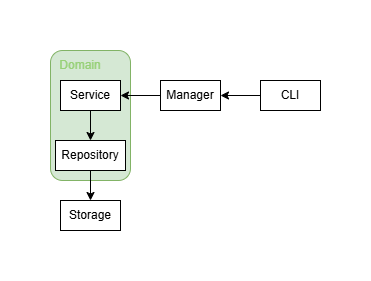
Above: Architecture Overview.png in matheusfarnetani/task_manager (draw.io), before the change. Source tidied: cells renumbered, new cells last; positions are measured from the earlier drawing's top-left corner, leaving out a move shared by most shapes. Source of this version:
```xml
<mxGraphModel>
  <root>
    <mxCell id="0" />
    <mxCell id="1" parent="0" />
    <mxCell id="2" style="rounded=1;whiteSpace=wrap;html=1;fillColor=#d5e8d4;strokeColor=#82b366;" parent="1" vertex="1">
      <mxGeometry width="80" height="130" as="geometry" />
    </mxCell>
    <mxCell id="3" style="edgeStyle=orthogonalEdgeStyle;rounded=0;jettySize=auto;html=1;entryX=0.5;entryY=0;entryDx=0;entryDy=0;" parent="1" edge="1" source="12" target="7">
      <mxGeometry relative="1" as="geometry" />
    </mxCell>
    <mxCell id="4" value="Service" style="rounded=0;whiteSpace=wrap;html=1;" parent="1" vertex="1">
      <mxGeometry x="10" y="30" width="60" height="30" as="geometry" />
    </mxCell>
    <mxCell id="5" style="edgeStyle=orthogonalEdgeStyle;rounded=0;jettySize=auto;html=1;" parent="1" edge="1" source="10" target="4">
      <mxGeometry relative="1" as="geometry" />
    </mxCell>
    <mxCell id="6" value="CLI" style="rounded=0;whiteSpace=wrap;html=1;" parent="1" vertex="1">
      <mxGeometry x="210" y="30" width="60" height="30" as="geometry" />
    </mxCell>
    <mxCell id="7" value="Storage" style="rounded=0;whiteSpace=wrap;html=1;" parent="1" vertex="1">
      <mxGeometry x="10" y="150" width="60" height="30" as="geometry" />
    </mxCell>
    <mxCell id="8" value="&lt;font style=&quot;color: rgb(151, 208, 119);&quot;&gt;Domain&lt;/font&gt;" style="text;html=1;align=center;verticalAlign=middle;whiteSpace=wrap;rounded=0;" parent="1" vertex="1">
      <mxGeometry width="60" height="30" as="geometry" />
    </mxCell>
    <mxCell id="9" style="edgeStyle=orthogonalEdgeStyle;rounded=0;jettySize=auto;html=1;" parent="1" edge="1" source="6" target="10">
      <mxGeometry relative="1" as="geometry" />
    </mxCell>
    <mxCell id="10" value="Manager" style="rounded=0;whiteSpace=wrap;html=1;" parent="1" vertex="1">
      <mxGeometry x="110" y="30" width="60" height="30" as="geometry" />
    </mxCell>
    <mxCell id="11" style="edgeStyle=orthogonalEdgeStyle;rounded=0;jettySize=auto;html=1;entryX=0.5;entryY=0;entryDx=0;entryDy=0;" parent="1" edge="1" source="4" target="12">
      <mxGeometry relative="1" as="geometry" />
    </mxCell>
    <mxCell id="12" value="Repository" style="rounded=0;whiteSpace=wrap;html=1;" parent="1" vertex="1">
      <mxGeometry x="5" y="90" width="70" height="30" as="geometry" />
    </mxCell>
  </root>
</mxGraphModel>
```
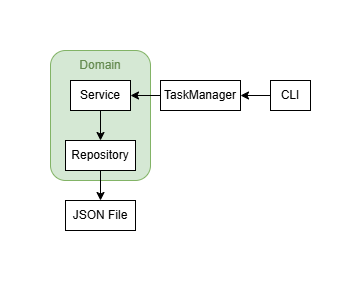
Above is the later version.

The edit, as a diff of the source:
```diff
@@ -3,7 +3,7 @@
     <mxCell id="0" />
     <mxCell id="1" parent="0" />
     <mxCell id="2" style="rounded=1;whiteSpace=wrap;html=1;fillColor=#d5e8d4;strokeColor=#82b366;" parent="1" vertex="1">
-      <mxGeometry width="80" height="130" as="geometry" />
+      <mxGeometry x="-10" width="100" height="130" as="geometry" />
     </mxCell>
     <mxCell id="3" style="edgeStyle=orthogonalEdgeStyle;rounded=0;jettySize=auto;html=1;entryX=0.5;entryY=0;entryDx=0;entryDy=0;" parent="1" edge="1" source="12" target="7">
       <mxGeometry relative="1" as="geometry" />
@@ -15,19 +15,19 @@
       <mxGeometry relative="1" as="geometry" />
     </mxCell>
     <mxCell id="6" value="CLI" style="rounded=0;whiteSpace=wrap;html=1;" parent="1" vertex="1">
-      <mxGeometry x="210" y="30" width="60" height="30" as="geometry" />
+      <mxGeometry x="210" y="30" width="40" height="30" as="geometry" />
     </mxCell>
-    <mxCell id="7" value="Storage" style="rounded=0;whiteSpace=wrap;html=1;" parent="1" vertex="1">
-      <mxGeometry x="10" y="150" width="60" height="30" as="geometry" />
+    <mxCell id="7" value="JSON File" style="rounded=0;whiteSpace=wrap;html=1;" parent="1" vertex="1">
+      <mxGeometry x="5" y="150" width="70" height="30" as="geometry" />
     </mxCell>
-    <mxCell id="8" value="&lt;font style=&quot;color: rgb(151, 208, 119);&quot;&gt;Domain&lt;/font&gt;" style="text;html=1;align=center;verticalAlign=middle;whiteSpace=wrap;rounded=0;" parent="1" vertex="1">
-      <mxGeometry width="60" height="30" as="geometry" />
+    <mxCell id="8" value="&lt;font style=&quot;&quot;&gt;Domain&lt;/font&gt;" style="text;html=1;align=center;verticalAlign=middle;whiteSpace=wrap;rounded=0;fontColor=#658B50;" parent="1" vertex="1">
+      <mxGeometry x="10" width="60" height="30" as="geometry" />
     </mxCell>
     <mxCell id="9" style="edgeStyle=orthogonalEdgeStyle;rounded=0;jettySize=auto;html=1;" parent="1" edge="1" source="6" target="10">
       <mxGeometry relative="1" as="geometry" />
     </mxCell>
-    <mxCell id="10" value="Manager" style="rounded=0;whiteSpace=wrap;html=1;" parent="1" vertex="1">
-      <mxGeometry x="110" y="30" width="60" height="30" as="geometry" />
+    <mxCell id="10" value="TaskManager" style="rounded=0;whiteSpace=wrap;html=1;" parent="1" vertex="1">
+      <mxGeometry x="100" y="30" width="80" height="30" as="geometry" />
     </mxCell>
     <mxCell id="11" style="edgeStyle=orthogonalEdgeStyle;rounded=0;jettySize=auto;html=1;entryX=0.5;entryY=0;entryDx=0;entryDy=0;" parent="1" edge="1" source="4" target="12">
       <mxGeometry relative="1" as="geometry" />
```
